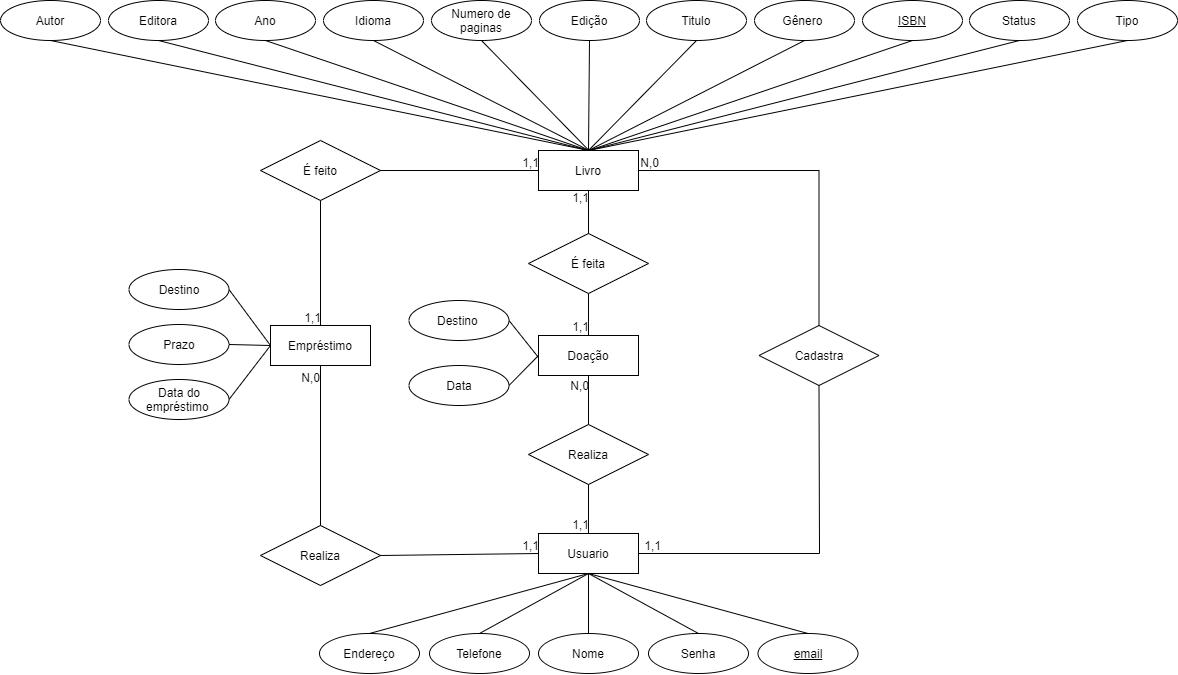
Above: Artefatos/DER WEBOOK.png in RafaelDuarteP/webook (draw.io), before the change. Source tidied: cells renumbered, new cells last; positions are measured from the earlier drawing's top-left corner, leaving out a move shared by most shapes.
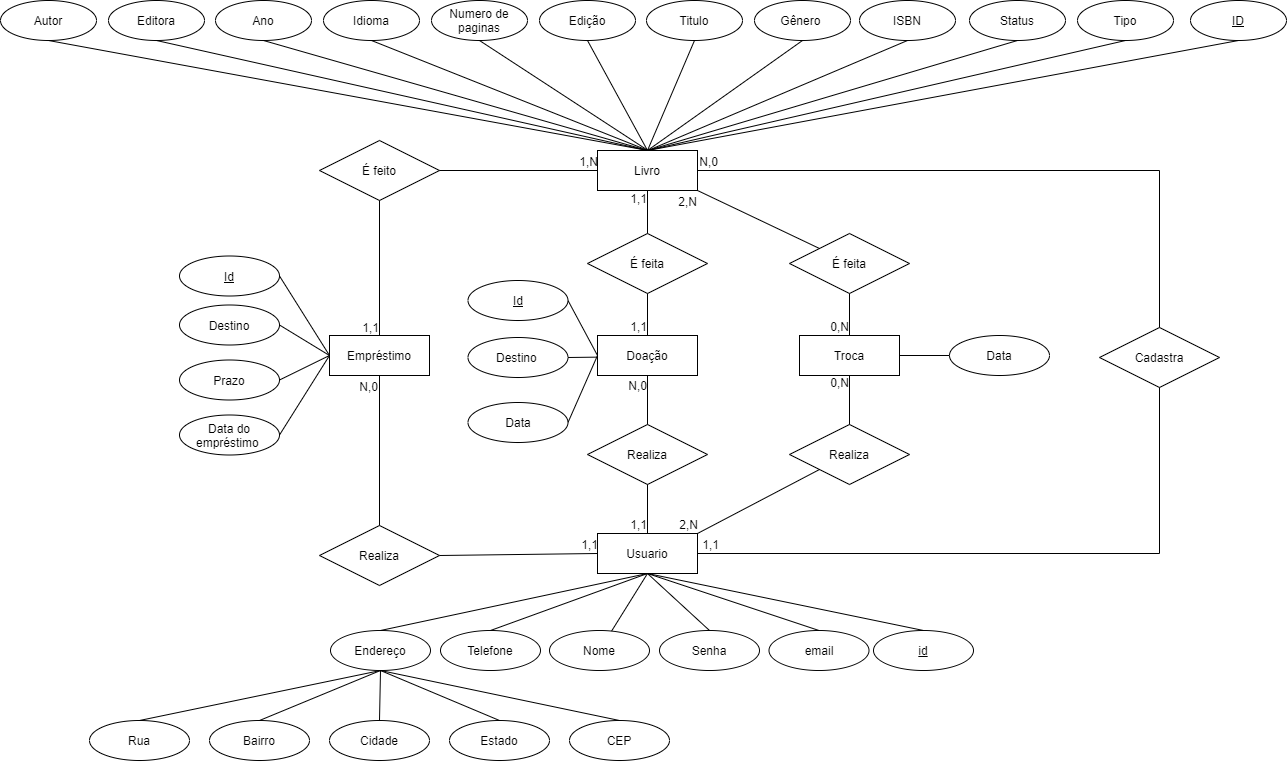
Above is the later version.

Diff of the diagram source:
```diff
@@ -9,19 +9,19 @@
       <mxGeometry x="538" y="533" width="100" height="40" as="geometry" />
     </mxCell>
     <mxCell id="4" value="Titulo" style="ellipse;whiteSpace=wrap;html=1;align=center;" parent="1" vertex="1">
-      <mxGeometry x="646" width="100" height="40" as="geometry" />
+      <mxGeometry x="587" width="96" height="40" as="geometry" />
     </mxCell>
     <mxCell id="5" value="Autor" style="ellipse;whiteSpace=wrap;html=1;align=center;" parent="1" vertex="1">
-      <mxGeometry width="100" height="40" as="geometry" />
+      <mxGeometry x="-59" width="96" height="40" as="geometry" />
     </mxCell>
     <mxCell id="6" value="Editora" style="ellipse;whiteSpace=wrap;html=1;align=center;" parent="1" vertex="1">
-      <mxGeometry x="108" width="100" height="40" as="geometry" />
+      <mxGeometry x="49" width="96" height="40" as="geometry" />
     </mxCell>
     <mxCell id="7" value="Ano" style="ellipse;whiteSpace=wrap;html=1;align=center;" parent="1" vertex="1">
-      <mxGeometry x="215" width="100" height="40" as="geometry" />
+      <mxGeometry x="156" width="96" height="40" as="geometry" />
     </mxCell>
     <mxCell id="8" value="Tipo" style="ellipse;whiteSpace=wrap;html=1;align=center;" parent="1" vertex="1">
-      <mxGeometry x="1077" width="100" height="40" as="geometry" />
+      <mxGeometry x="1018" width="96" height="40" as="geometry" />
     </mxCell>
     <mxCell id="9" style="endArrow=none;html=1;entryX=0.5;entryY=1;entryDx=0;entryDy=0;exitX=0.5;exitY=0;exitDx=0;exitDy=0;" parent="1" edge="1" source="2" target="8">
       <mxGeometry relative="1" as="geometry" />
@@ -41,22 +41,22 @@
       <mxGeometry relative="1" as="geometry" />
     </mxCell>
     <mxCell id="14" value="Status" style="ellipse;whiteSpace=wrap;html=1;align=center;" parent="1" vertex="1">
-      <mxGeometry x="969" width="100" height="40" as="geometry" />
+      <mxGeometry x="910" width="96" height="40" as="geometry" />
     </mxCell>
     <mxCell id="15" style="endArrow=none;html=1;entryX=0.5;entryY=1;entryDx=0;entryDy=0;exitX=0.5;exitY=0;exitDx=0;exitDy=0;" parent="1" edge="1" source="2" target="14">
       <mxGeometry relative="1" as="geometry" />
     </mxCell>
     <mxCell id="16" value="Nome" style="ellipse;whiteSpace=wrap;html=1;align=center;flipH=1;flipV=1;" parent="1" vertex="1">
-      <mxGeometry x="538" y="633" width="100" height="40" as="geometry" />
+      <mxGeometry x="490" y="630" width="100" height="40" as="geometry" />
     </mxCell>
     <mxCell id="17" value="Endereço" style="ellipse;whiteSpace=wrap;html=1;align=center;flipH=1;flipV=1;" parent="1" vertex="1">
-      <mxGeometry x="319" y="633" width="100" height="40" as="geometry" />
+      <mxGeometry x="271" y="630" width="100" height="40" as="geometry" />
     </mxCell>
     <mxCell id="18" value="Telefone" style="ellipse;whiteSpace=wrap;html=1;align=center;flipH=1;flipV=1;" parent="1" vertex="1">
-      <mxGeometry x="429" y="633" width="100" height="40" as="geometry" />
+      <mxGeometry x="381" y="630" width="100" height="40" as="geometry" />
     </mxCell>
     <mxCell id="19" value="Senha" style="ellipse;whiteSpace=wrap;html=1;align=center;flipH=1;flipV=1;" parent="1" vertex="1">
-      <mxGeometry x="648" y="633" width="100" height="40" as="geometry" />
+      <mxGeometry x="600" y="630" width="100" height="40" as="geometry" />
     </mxCell>
     <mxCell id="20" style="endArrow=none;html=1;entryX=0.5;entryY=0;entryDx=0;entryDy=0;exitX=0.5;exitY=1;exitDx=0;exitDy=0;" parent="1" edge="1" source="3" target="19">
       <mxGeometry relative="1" as="geometry" />
@@ -71,19 +71,16 @@
       <mxGeometry relative="1" as="geometry" />
     </mxCell>
     <mxCell id="24" value="Idioma&lt;br&gt;" style="ellipse;whiteSpace=wrap;html=1;align=center;" parent="1" vertex="1">
-      <mxGeometry x="323" width="100" height="40" as="geometry" />
+      <mxGeometry x="264" width="96" height="40" as="geometry" />
     </mxCell>
     <mxCell id="25" value="Gênero&amp;nbsp;" style="ellipse;whiteSpace=wrap;html=1;align=center;" parent="1" vertex="1">
-      <mxGeometry x="754" width="100" height="40" as="geometry" />
+      <mxGeometry x="695" width="96" height="40" as="geometry" />
     </mxCell>
     <mxCell id="26" value="Edição" style="ellipse;whiteSpace=wrap;html=1;align=center;" parent="1" vertex="1">
-      <mxGeometry x="539" width="100" height="40" as="geometry" />
+      <mxGeometry x="480" width="96" height="40" as="geometry" />
     </mxCell>
-    <mxCell id="27" value="ISBN" style="ellipse;whiteSpace=wrap;html=1;align=center;fontStyle=4;" parent="1" vertex="1">
-      <mxGeometry x="862" width="100" height="40" as="geometry" />
-    </mxCell>
     <mxCell id="28" value="Numero de paginas" style="ellipse;whiteSpace=wrap;html=1;align=center;" parent="1" vertex="1">
-      <mxGeometry x="431" width="100" height="40" as="geometry" />
+      <mxGeometry x="372" width="96" height="40" as="geometry" />
     </mxCell>
     <mxCell id="29" style="endArrow=none;html=1;entryX=0.5;entryY=1;entryDx=0;entryDy=0;" parent="1" edge="1" target="28">
       <mxGeometry relative="1" as="geometry">
@@ -107,12 +104,12 @@
       </mxGeometry>
     </mxCell>
     <mxCell id="34" value="Cadastra" style="shape=rhombus;perimeter=rhombusPerimeter;whiteSpace=wrap;html=1;align=center;" parent="1" vertex="1">
-      <mxGeometry x="758.5" y="325" width="120" height="60" as="geometry" />
+      <mxGeometry x="1040" y="327" width="120" height="60" as="geometry" />
     </mxCell>
     <mxCell id="35" style="endArrow=none;html=1;rounded=0;exitX=0.5;exitY=0;exitDx=0;exitDy=0;entryX=1;entryY=0.5;entryDx=0;entryDy=0;" parent="1" edge="1" source="34" target="2">
       <mxGeometry relative="1" as="geometry">
         <Array as="points">
-          <mxPoint x="818.5" y="170" />
+          <mxPoint x="1100" y="170" />
         </Array>
       </mxGeometry>
     </mxCell>
@@ -124,7 +121,7 @@
     <mxCell id="37" style="endArrow=none;html=1;rounded=0;exitX=0.5;exitY=1;exitDx=0;exitDy=0;entryX=1;entryY=0.5;entryDx=0;entryDy=0;" parent="1" edge="1" source="34" target="3">
       <mxGeometry relative="1" as="geometry">
         <Array as="points">
-          <mxPoint x="819" y="553" />
+          <mxPoint x="1100" y="553" />
         </Array>
       </mxGeometry>
     </mxCell>
@@ -133,26 +130,26 @@
         <mxPoint x="22" as="offset" />
       </mxGeometry>
     </mxCell>
-    <mxCell id="39" value="&lt;u&gt;email&lt;/u&gt;" style="ellipse;whiteSpace=wrap;html=1;align=center;flipH=1;flipV=1;" parent="1" vertex="1">
-      <mxGeometry x="757.5" y="633" width="100" height="40" as="geometry" />
+    <mxCell id="39" value="email" style="ellipse;whiteSpace=wrap;html=1;align=center;flipH=1;flipV=1;" parent="1" vertex="1">
+      <mxGeometry x="709.5" y="630" width="100" height="40" as="geometry" />
     </mxCell>
     <mxCell id="40" style="endArrow=none;html=1;entryX=0.5;entryY=0;entryDx=0;entryDy=0;exitX=0.5;exitY=1;exitDx=0;exitDy=0;" parent="1" edge="1" source="3" target="39">
       <mxGeometry relative="1" as="geometry" />
     </mxCell>
     <mxCell id="41" value="Data" style="ellipse;whiteSpace=wrap;html=1;align=center;" parent="1" vertex="1">
-      <mxGeometry x="408.5" y="365" width="100" height="40" as="geometry" />
+      <mxGeometry x="408.5" y="402" width="100" height="40" as="geometry" />
     </mxCell>
     <mxCell id="42" value="Destino&amp;nbsp;" style="ellipse;whiteSpace=wrap;html=1;align=center;" parent="1" vertex="1">
-      <mxGeometry x="408.5" y="300" width="100" height="40" as="geometry" />
+      <mxGeometry x="408.5" y="337" width="100" height="40" as="geometry" />
     </mxCell>
     <mxCell id="43" value="Data do empréstimo&amp;nbsp;" style="ellipse;whiteSpace=wrap;html=1;align=center;" parent="1" vertex="1">
-      <mxGeometry x="128.5" y="379" width="100" height="40" as="geometry" />
+      <mxGeometry x="120" y="414.5" width="100" height="40" as="geometry" />
     </mxCell>
     <mxCell id="44" value="Prazo" style="ellipse;whiteSpace=wrap;html=1;align=center;" parent="1" vertex="1">
-      <mxGeometry x="128.5" y="324" width="100" height="40" as="geometry" />
+      <mxGeometry x="120" y="359.5" width="100" height="40" as="geometry" />
     </mxCell>
     <mxCell id="45" value="Destino" style="ellipse;whiteSpace=wrap;html=1;align=center;" parent="1" vertex="1">
-      <mxGeometry x="128.5" y="269" width="100" height="40" as="geometry" />
+      <mxGeometry x="120" y="304.5" width="100" height="40" as="geometry" />
     </mxCell>
     <mxCell id="46" style="endArrow=none;html=1;exitX=0;exitY=0.5;exitDx=0;exitDy=0;entryX=1;entryY=0.5;entryDx=0;entryDy=0;" parent="1" edge="1" source="62" target="41">
       <mxGeometry relative="1" as="geometry" />
@@ -170,7 +167,7 @@
       <mxGeometry relative="1" as="geometry" />
     </mxCell>
     <mxCell id="51" value="Empréstimo" style="whiteSpace=wrap;html=1;align=center;" parent="1" vertex="1">
-      <mxGeometry x="270" y="325" width="100" height="40" as="geometry" />
+      <mxGeometry x="270" y="335" width="100" height="40" as="geometry" />
     </mxCell>
     <mxCell id="52" value="Realiza" style="shape=rhombus;perimeter=rhombusPerimeter;whiteSpace=wrap;html=1;align=center;" parent="1" vertex="1">
       <mxGeometry x="260" y="525" width="120" height="60" as="geometry" />
@@ -195,7 +192,7 @@
     <mxCell id="58" style="endArrow=none;html=1;rounded=0;exitX=1;exitY=0.5;exitDx=0;exitDy=0;entryX=0;entryY=0.5;entryDx=0;entryDy=0;" parent="1" edge="1" source="57" target="2">
       <mxGeometry relative="1" as="geometry" />
     </mxCell>
-    <mxCell id="59" value="1,1" style="html=1;align=right;verticalAlign=bottom;" parent="58" vertex="1">
+    <mxCell id="59" value="1,N" style="html=1;align=right;verticalAlign=bottom;" parent="58" vertex="1">
       <mxGeometry x="1" relative="1" as="geometry" />
     </mxCell>
     <mxCell id="60" style="endArrow=none;html=1;rounded=0;exitX=0.5;exitY=1;exitDx=0;exitDy=0;entryX=0.5;entryY=0;entryDx=0;entryDy=0;" parent="1" edge="1" source="57" target="51">
@@ -241,5 +238,108 @@
     <mxCell id="72" value="1,1" style="html=1;align=right;verticalAlign=bottom;" parent="71" vertex="1">
       <mxGeometry x="1" relative="1" as="geometry" />
     </mxCell>
+    <mxCell id="73" value="&lt;u&gt;id&lt;/u&gt;" style="ellipse;whiteSpace=wrap;html=1;align=center;flipH=1;flipV=1;" parent="1" vertex="1">
+      <mxGeometry x="814" y="630" width="100" height="40" as="geometry" />
+    </mxCell>
+    <mxCell id="74" value="Rua" style="ellipse;whiteSpace=wrap;html=1;align=center;" parent="1" vertex="1">
+      <mxGeometry x="30" y="720" width="100" height="40" as="geometry" />
+    </mxCell>
+    <mxCell id="75" value="Bairro" style="ellipse;whiteSpace=wrap;html=1;align=center;" parent="1" vertex="1">
+      <mxGeometry x="150" y="720" width="100" height="40" as="geometry" />
+    </mxCell>
+    <mxCell id="76" value="Cidade" style="ellipse;whiteSpace=wrap;html=1;align=center;" parent="1" vertex="1">
+      <mxGeometry x="270" y="720" width="100" height="40" as="geometry" />
+    </mxCell>
+    <mxCell id="77" value="Estado" style="ellipse;whiteSpace=wrap;html=1;align=center;" parent="1" vertex="1">
+      <mxGeometry x="390" y="720" width="100" height="40" as="geometry" />
+    </mxCell>
+    <mxCell id="78" value="CEP" style="ellipse;whiteSpace=wrap;html=1;align=center;" parent="1" vertex="1">
+      <mxGeometry x="510" y="720" width="100" height="40" as="geometry" />
+    </mxCell>
+    <mxCell id="79" style="endArrow=none;html=1;entryX=0.5;entryY=0;entryDx=0;entryDy=0;exitX=0.5;exitY=1;exitDx=0;exitDy=0;" parent="1" edge="1" source="3" target="73">
+      <mxGeometry relative="1" as="geometry" />
+    </mxCell>
+    <mxCell id="80" style="endArrow=none;html=1;exitX=0.5;exitY=1;exitDx=0;exitDy=0;entryX=0.5;entryY=0;entryDx=0;entryDy=0;" parent="1" edge="1" source="17" target="74">
+      <mxGeometry relative="1" as="geometry" />
+    </mxCell>
+    <mxCell id="81" style="endArrow=none;html=1;exitX=0.5;exitY=1;exitDx=0;exitDy=0;entryX=0.5;entryY=0;entryDx=0;entryDy=0;" parent="1" edge="1" source="17" target="75">
+      <mxGeometry relative="1" as="geometry" />
+    </mxCell>
+    <mxCell id="82" style="endArrow=none;html=1;exitX=0.5;exitY=1;exitDx=0;exitDy=0;entryX=0.5;entryY=0;entryDx=0;entryDy=0;" parent="1" edge="1" source="17" target="76">
+      <mxGeometry relative="1" as="geometry" />
+    </mxCell>
+    <mxCell id="83" style="endArrow=none;html=1;exitX=0.5;exitY=1;exitDx=0;exitDy=0;entryX=0.5;entryY=0;entryDx=0;entryDy=0;" parent="1" edge="1" source="17" target="77">
+      <mxGeometry relative="1" as="geometry" />
+    </mxCell>
+    <mxCell id="84" style="endArrow=none;html=1;entryX=0.5;entryY=0;entryDx=0;entryDy=0;exitX=0.5;exitY=1;exitDx=0;exitDy=0;" parent="1" edge="1" source="17" target="78">
+      <mxGeometry relative="1" as="geometry" />
+    </mxCell>
+    <mxCell id="85" value="&lt;u&gt;Id&lt;/u&gt;" style="ellipse;whiteSpace=wrap;html=1;align=center;" parent="1" vertex="1">
+      <mxGeometry x="408.5" y="280" width="100" height="40" as="geometry" />
+    </mxCell>
+    <mxCell id="86" style="endArrow=none;html=1;entryX=1;entryY=0.5;entryDx=0;entryDy=0;exitX=0;exitY=0.5;exitDx=0;exitDy=0;" parent="1" edge="1" source="62" target="85">
+      <mxGeometry relative="1" as="geometry" />
+    </mxCell>
+    <mxCell id="87" value="&lt;u&gt;Id&lt;/u&gt;" style="ellipse;whiteSpace=wrap;html=1;align=center;" parent="1" vertex="1">
+      <mxGeometry x="120" y="255.5" width="100" height="40" as="geometry" />
+    </mxCell>
+    <mxCell id="88" style="endArrow=none;html=1;entryX=1;entryY=0.5;entryDx=0;entryDy=0;exitX=0;exitY=0.5;exitDx=0;exitDy=0;" parent="1" edge="1" source="51" target="87">
+      <mxGeometry relative="1" as="geometry" />
+    </mxCell>
+    <mxCell id="89" value="&lt;u&gt;ID&lt;/u&gt;" style="ellipse;whiteSpace=wrap;html=1;align=center;" parent="1" vertex="1">
+      <mxGeometry x="1131" width="96" height="40" as="geometry" />
+    </mxCell>
+    <mxCell id="90" style="edgeStyle=orthogonalEdgeStyle;rounded=0;orthogonalLoop=1;jettySize=auto;html=1;exitX=0.5;exitY=1;exitDx=0;exitDy=0;" parent="1" edge="1" source="89" target="89">
+      <mxGeometry relative="1" as="geometry" />
+    </mxCell>
+    <mxCell id="91" style="endArrow=none;html=1;entryX=0.5;entryY=1;entryDx=0;entryDy=0;exitX=0.5;exitY=0;exitDx=0;exitDy=0;" parent="1" edge="1" source="2" target="89">
+      <mxGeometry relative="1" as="geometry" />
+    </mxCell>
+    <mxCell id="27" value="ISBN" style="ellipse;whiteSpace=wrap;html=1;align=center;" parent="1" vertex="1">
+      <mxGeometry x="800" width="96" height="40" as="geometry" />
+    </mxCell>
+    <mxCell id="92" value="Troca" style="whiteSpace=wrap;html=1;align=center;" parent="1" vertex="1">
+      <mxGeometry x="740" y="335" width="100" height="40" as="geometry" />
+    </mxCell>
+    <mxCell id="93" value="Data" style="ellipse;whiteSpace=wrap;html=1;align=center;" parent="1" vertex="1">
+      <mxGeometry x="890" y="335" width="100" height="40" as="geometry" />
+    </mxCell>
+    <mxCell id="94" style="endArrow=none;html=1;entryX=1;entryY=0.5;entryDx=0;entryDy=0;exitX=0;exitY=0.5;exitDx=0;exitDy=0;" parent="1" edge="1" source="93" target="92">
+      <mxGeometry relative="1" as="geometry" />
+    </mxCell>
+    <mxCell id="95" value="É feita" style="shape=rhombus;perimeter=rhombusPerimeter;whiteSpace=wrap;html=1;align=center;" parent="1" vertex="1">
+      <mxGeometry x="730" y="233" width="120" height="60" as="geometry" />
+    </mxCell>
+    <mxCell id="96" value="Realiza" style="shape=rhombus;perimeter=rhombusPerimeter;whiteSpace=wrap;html=1;align=center;" parent="1" vertex="1">
+      <mxGeometry x="730" y="424" width="120" height="60" as="geometry" />
+    </mxCell>
+    <mxCell id="97" style="endArrow=none;html=1;rounded=0;exitX=0;exitY=1;exitDx=0;exitDy=0;entryX=1;entryY=0;entryDx=0;entryDy=0;" parent="1" edge="1" source="96" target="3">
+      <mxGeometry relative="1" as="geometry" />
+    </mxCell>
+    <mxCell id="98" value="2,N" style="html=1;align=right;verticalAlign=bottom;" parent="97" vertex="1">
+      <mxGeometry x="1" relative="1" as="geometry" />
+    </mxCell>
+    <mxCell id="99" style="endArrow=none;html=1;rounded=0;exitX=0;exitY=0;exitDx=0;exitDy=0;entryX=1;entryY=1;entryDx=0;entryDy=0;" parent="1" edge="1" source="95" target="2">
+      <mxGeometry relative="1" as="geometry" />
+    </mxCell>
+    <mxCell id="100" value="2,N" style="html=1;align=right;verticalAlign=bottom;" parent="99" vertex="1">
+      <mxGeometry x="1" relative="1" as="geometry">
+        <mxPoint y="20" as="offset" />
+      </mxGeometry>
+    </mxCell>
+    <mxCell id="101" style="endArrow=none;html=1;rounded=0;exitX=0.5;exitY=0;exitDx=0;exitDy=0;entryX=0.5;entryY=1;entryDx=0;entryDy=0;" parent="1" edge="1" source="96" target="92">
+      <mxGeometry relative="1" as="geometry" />
+    </mxCell>
+    <mxCell id="102" value="0,N" style="html=1;align=right;verticalAlign=bottom;" parent="101" vertex="1">
+      <mxGeometry x="1" relative="1" as="geometry">
+        <mxPoint y="15" as="offset" />
+      </mxGeometry>
+    </mxCell>
+    <mxCell id="103" style="endArrow=none;html=1;rounded=0;exitX=0.5;exitY=1;exitDx=0;exitDy=0;entryX=0.5;entryY=0;entryDx=0;entryDy=0;" parent="1" edge="1" source="95" target="92">
+      <mxGeometry relative="1" as="geometry" />
+    </mxCell>
+    <mxCell id="104" value="0,N" style="html=1;align=right;verticalAlign=bottom;" parent="103" vertex="1">
+      <mxGeometry x="1" relative="1" as="geometry" />
+    </mxCell>
   </root>
 </mxGraphModel>
```
